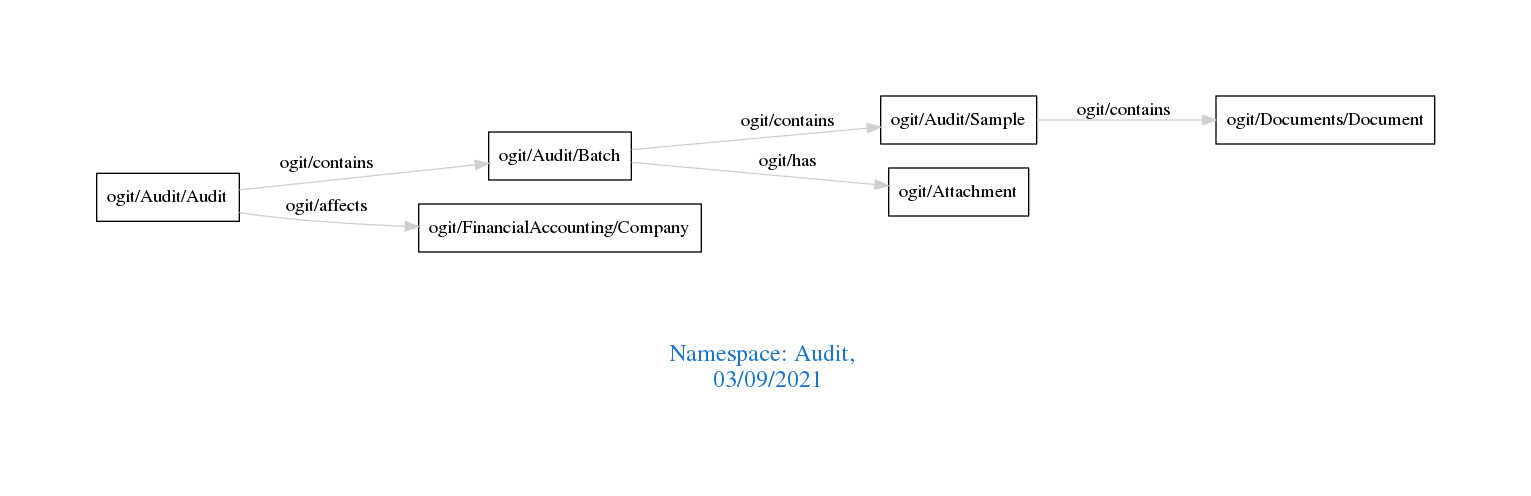
The Graphviz diagram downloads/Audit.png in arago/OGIT, before a commit. Its source is kept beside it as downloads/Audit.dot.
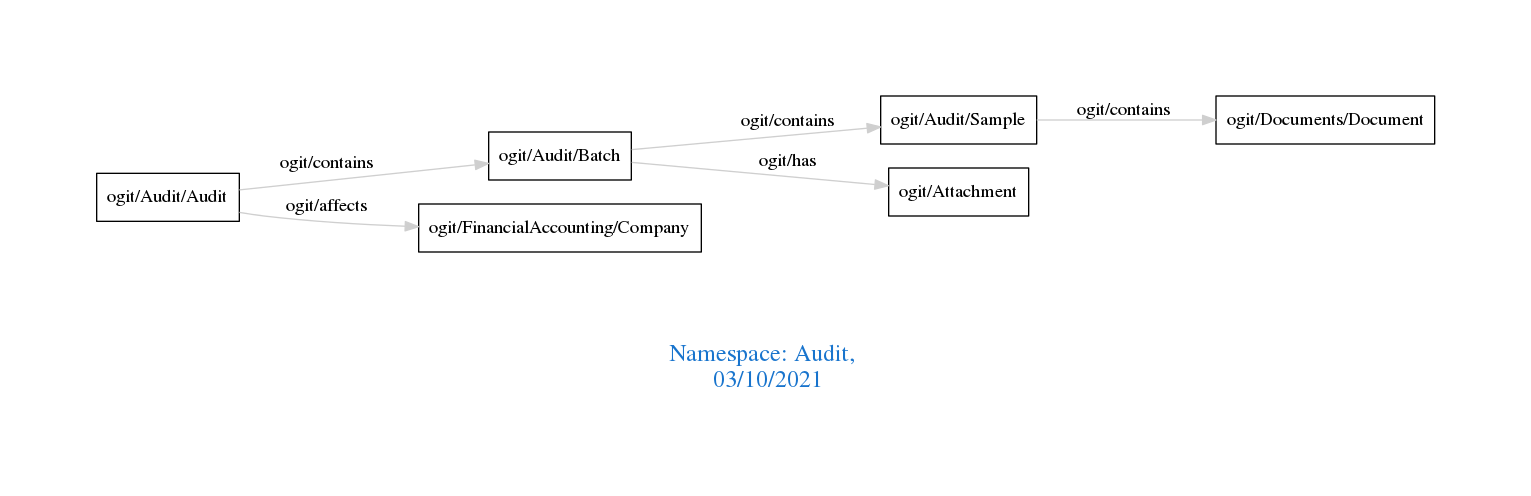
Above is the later version.

Change to the diagram source:
```diff
@@ -1,7 +1,7 @@
 digraph OGIT_ontology {
  graph [ rankdir= LR,pad=1
 fontsize = 18,
-fontcolor= dodgerblue3,label = "\n\n\nNamespace: Audit, \n 03/09/2021"];
+fontcolor= dodgerblue3,label = "\n\n\nNamespace: Audit, \n 03/10/2021"];
 node[shape=polygon];
 edge [  color="gray81"];
 
```
